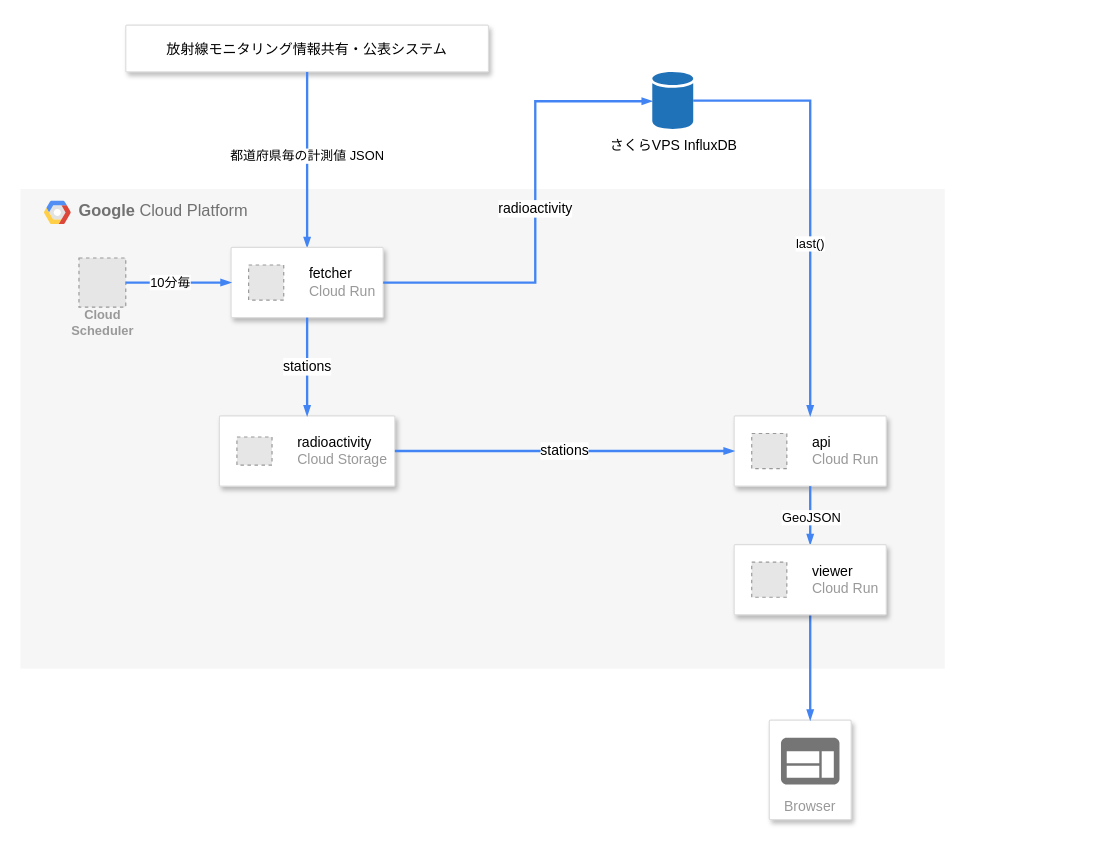
Above: diagram.drawio in seotaro/radioactivity-map (draw.io), before the change. Source tidied: cells renumbered, new cells numbered last; positions are measured from the earlier drawing's top-left corner, leaving out a move shared by most shapes. Both pictures are drawn from the tidied source at 117%, with x=0, y=0 at pixel (20, 25). Pictures stored in the file or linked from it are replaced by grey dashed boxes.
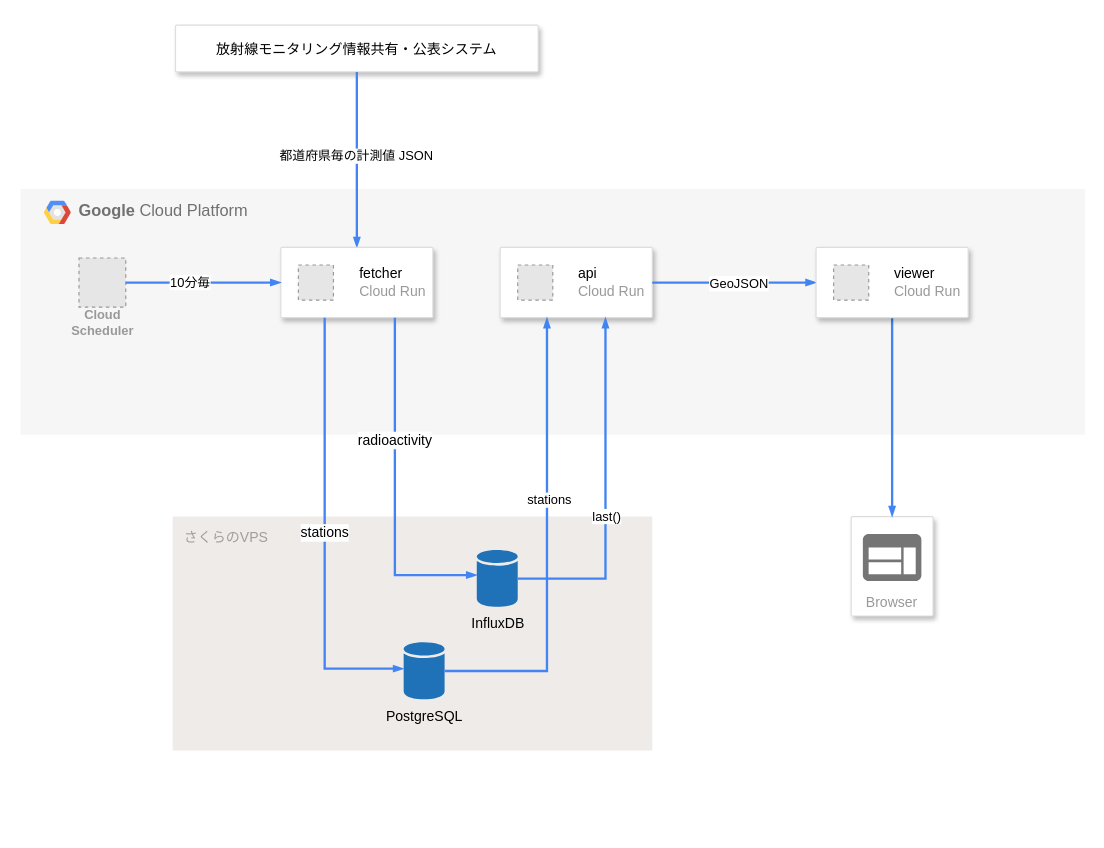
Above is the later version.

What changed in the source:
```diff
@@
+    <mxCell id="29" value="さくらのVPS" style="sketch=0;rounded=1;absoluteArcSize=1;arcSize=2;html=1;strokeColor=none;gradientColor=none;shadow=0;dashed=0;fontSize=12;fontColor=#9E9E9E;align=left;verticalAlign=top;spacing=10;spacingTop=-4;fillColor=#EFEBE9;" parent="1" vertex="1">
+      <mxGeometry x="130" y="420" width="410" height="200" as="geometry" />
+    </mxCell>
     <mxCell id="2" value="&lt;b&gt;Google &lt;/b&gt;Cloud Platform" style="fillColor=#F6F6F6;strokeColor=none;shadow=0;gradientColor=none;fontSize=14;align=left;spacing=10;fontColor=#717171;9E9E9E;verticalAlign=top;spacingTop=-4;fontStyle=0;spacingLeft=40;html=1;" parent="1" vertex="1">
-      <mxGeometry y="140" width="790" height="410" as="geometry" />
+      <mxGeometry y="140" width="910" height="210" as="geometry" />
     </mxCell>
     <mxCell id="3" value="放射線モニタリング情報共有・公表システム" style="strokeColor=#dddddd;shadow=1;strokeWidth=1;rounded=1;absoluteArcSize=1;arcSize=2;" parent="1" vertex="1">
-      <mxGeometry x="90" width="310" height="40" as="geometry" />
+      <mxGeometry x="132.5" width="310" height="40" as="geometry" />
     </mxCell>
@@
     <mxCell id="6" value="Browser" style="strokeColor=#dddddd;shadow=1;strokeWidth=1;rounded=1;absoluteArcSize=1;arcSize=2;labelPosition=center;verticalLabelPosition=middle;align=center;verticalAlign=bottom;spacingLeft=0;fontColor=#999999;fontSize=12;whiteSpace=wrap;spacingBottom=2;" parent="1" vertex="1">
-      <mxGeometry x="640" y="594" width="70" height="85" as="geometry" />
+      <mxGeometry x="710" y="420" width="70" height="85" as="geometry" />
     </mxCell>
@@
     <mxCell id="10" style="strokeColor=#dddddd;shadow=1;strokeWidth=1;rounded=1;absoluteArcSize=1;arcSize=2;" parent="1" vertex="1">
-      <mxGeometry x="180" y="190" width="130" height="60" as="geometry" />
+      <mxGeometry x="222.5" y="190" width="130" height="60" as="geometry" />
     </mxCell>
@@
     <mxCell id="12" value="radioactivity" style="edgeStyle=orthogonalEdgeStyle;fontSize=12;html=1;endArrow=blockThin;endFill=1;rounded=0;strokeWidth=2;endSize=4;startSize=4;dashed=0;strokeColor=#4284F3;" parent="1" edge="1" source="10" target="27">
-      <mxGeometry relative="1" as="geometry">
+      <mxGeometry x="-0.27" relative="1" as="geometry">
         <Array as="points">
-          <mxPoint x="440" y="220" />
-          <mxPoint x="440" y="65" />
+          <mxPoint x="320" y="470" />
         </Array>
+        <mxPoint y="-1" as="offset" />
       </mxGeometry>
     </mxCell>
     <mxCell id="13" style="strokeColor=#dddddd;shadow=1;strokeWidth=1;rounded=1;absoluteArcSize=1;arcSize=2;" parent="1" vertex="1">
-      <mxGeometry x="610" y="334" width="130" height="60" as="geometry" />
+      <mxGeometry x="410" y="190" width="130" height="60" as="geometry" />
     </mxCell>
@@
     <mxCell id="15" style="edgeStyle=orthogonalEdgeStyle;fontSize=12;html=1;endArrow=blockThin;endFill=1;rounded=0;strokeWidth=2;endSize=4;startSize=4;dashed=0;strokeColor=#4284F3;" parent="1" edge="1" source="27" target="13">
-      <mxGeometry relative="1" as="geometry" />
+      <mxGeometry relative="1" as="geometry">
+        <Array as="points">
+          <mxPoint x="500" y="473" />
+        </Array>
+      </mxGeometry>
     </mxCell>
     <mxCell id="16" value="last()" style="edgeLabel;html=1;align=center;verticalAlign=middle;" parent="15" vertex="1">
-      <mxGeometry x="0.2" y="-1" relative="1" as="geometry" />
+      <mxGeometry x="0.2" y="-1" relative="1" as="geometry">
+        <mxPoint x="-1" y="50" as="offset" />
+      </mxGeometry>
     </mxCell>
@@
-    <mxCell id="20" style="edgeStyle=orthogonalEdgeStyle;fontSize=12;html=1;endArrow=none;endFill=0;rounded=0;strokeWidth=2;endSize=4;startSize=4;dashed=0;strokeColor=#4284F3;startArrow=blockThin;startFill=1;entryX=0.5;entryY=1;entryDx=0;entryDy=0;" parent="1" edge="1" source="22" target="13">
+    <mxCell id="20" style="edgeStyle=orthogonalEdgeStyle;fontSize=12;html=1;endArrow=none;endFill=0;rounded=0;strokeWidth=2;endSize=4;startSize=4;dashed=0;strokeColor=#4284F3;startArrow=blockThin;startFill=1;" parent="1" edge="1" source="22" target="13">
       <mxGeometry relative="1" as="geometry" />
     </mxCell>
@@
     <mxCell id="22" style="strokeColor=#dddddd;shadow=1;strokeWidth=1;rounded=1;absoluteArcSize=1;arcSize=2;" parent="1" vertex="1">
-      <mxGeometry x="610" y="444" width="130" height="60" as="geometry" />
+      <mxGeometry x="680" y="190" width="130" height="60" as="geometry" />
     </mxCell>
@@
-    <mxCell id="24" style="strokeColor=#dddddd;shadow=1;strokeWidth=1;rounded=1;absoluteArcSize=1;arcSize=2;" parent="1" vertex="1">
-      <mxGeometry x="170" y="334" width="150" height="60" as="geometry" />
-    </mxCell>
-    <mxCell id="25" value="&lt;font color=&quot;#000000&quot;&gt;radioactivity&lt;/font&gt;&lt;br&gt;Cloud Storage" style="fillColor=#E6E6E6;strokeColor=#999999;dashed=1;html=1;fontColor=#999999;verticalLabelPosition=middle;labelBackgroundColor=#ffffff;verticalAlign=middle;labelPosition=right;align=left;spacingLeft=20;" parent="24" vertex="1">
-      <mxGeometry width="30" height="24" relative="1" as="geometry">
-        <mxPoint x="15" y="18" as="offset" />
-      </mxGeometry>
-    </mxCell>
-    <mxCell id="26" value="stations" style="edgeStyle=orthogonalEdgeStyle;fontSize=12;html=1;endArrow=blockThin;endFill=1;rounded=0;strokeWidth=2;endSize=4;startSize=4;dashed=0;strokeColor=#4284F3;" parent="1" edge="1" source="10" target="24">
-      <mxGeometry relative="1" as="geometry" />
-    </mxCell>
-    <mxCell id="27" value="さくらVPS InfluxDB" style="sketch=0;shadow=0;dashed=0;html=1;strokeColor=none;labelPosition=center;verticalLabelPosition=bottom;verticalAlign=top;outlineConnect=0;align=center;shape=mxgraph.office.databases.database;fillColor=#2072B8;" parent="1" vertex="1">
-      <mxGeometry x="540" y="40" width="35" height="49" as="geometry" />
+    <mxCell id="27" value="InfluxDB" style="sketch=0;shadow=0;dashed=0;html=1;strokeColor=none;labelPosition=center;verticalLabelPosition=bottom;verticalAlign=top;outlineConnect=0;align=center;shape=mxgraph.office.databases.database;fillColor=#2072B8;" parent="1" vertex="1">
+      <mxGeometry x="390" y="448.5" width="35" height="49" as="geometry" />
     </mxCell>
-    <mxCell id="28" value="stations" style="edgeStyle=orthogonalEdgeStyle;fontSize=12;html=1;endArrow=blockThin;endFill=1;rounded=0;strokeWidth=2;endSize=4;startSize=4;dashed=0;strokeColor=#4284F3;" parent="1" edge="1" source="24" target="13">
-      <mxGeometry relative="1" as="geometry">
-        <Array as="points">
-          <mxPoint x="560" y="364" />
-          <mxPoint x="560" y="364" />
-        </Array>
-      </mxGeometry>
-    </mxCell>
+    <mxCell id="30" value="PostgreSQL" style="sketch=0;shadow=0;dashed=0;html=1;strokeColor=none;labelPosition=center;verticalLabelPosition=bottom;verticalAlign=top;outlineConnect=0;align=center;shape=mxgraph.office.databases.database;fillColor=#2072B8;" parent="1" vertex="1">
+      <mxGeometry x="327.5" y="527.5" width="35" height="49" as="geometry" />
+    </mxCell>
+    <mxCell id="31" value="stations" style="edgeStyle=orthogonalEdgeStyle;fontSize=12;html=1;endArrow=blockThin;endFill=1;rounded=0;strokeWidth=2;endSize=4;startSize=4;dashed=0;strokeColor=#4284F3;" parent="1" edge="1" source="10" target="30">
+      <mxGeometry relative="1" as="geometry">
+        <Array as="points">
+          <mxPoint x="260" y="550" />
+        </Array>
+      </mxGeometry>
+    </mxCell>
+    <mxCell id="32" style="edgeStyle=orthogonalEdgeStyle;fontSize=12;html=1;endArrow=blockThin;endFill=1;rounded=0;strokeWidth=2;endSize=4;startSize=4;dashed=0;strokeColor=#4284F3;" parent="1" edge="1" source="30" target="13">
+      <mxGeometry relative="1" as="geometry">
+        <Array as="points">
+          <mxPoint x="450" y="552" />
+        </Array>
+      </mxGeometry>
+    </mxCell>
+    <mxCell id="33" value="stations" style="edgeLabel;html=1;align=center;verticalAlign=middle;" parent="32" vertex="1">
+      <mxGeometry x="0.2" y="-1" relative="1" as="geometry" />
+    </mxCell>
```
